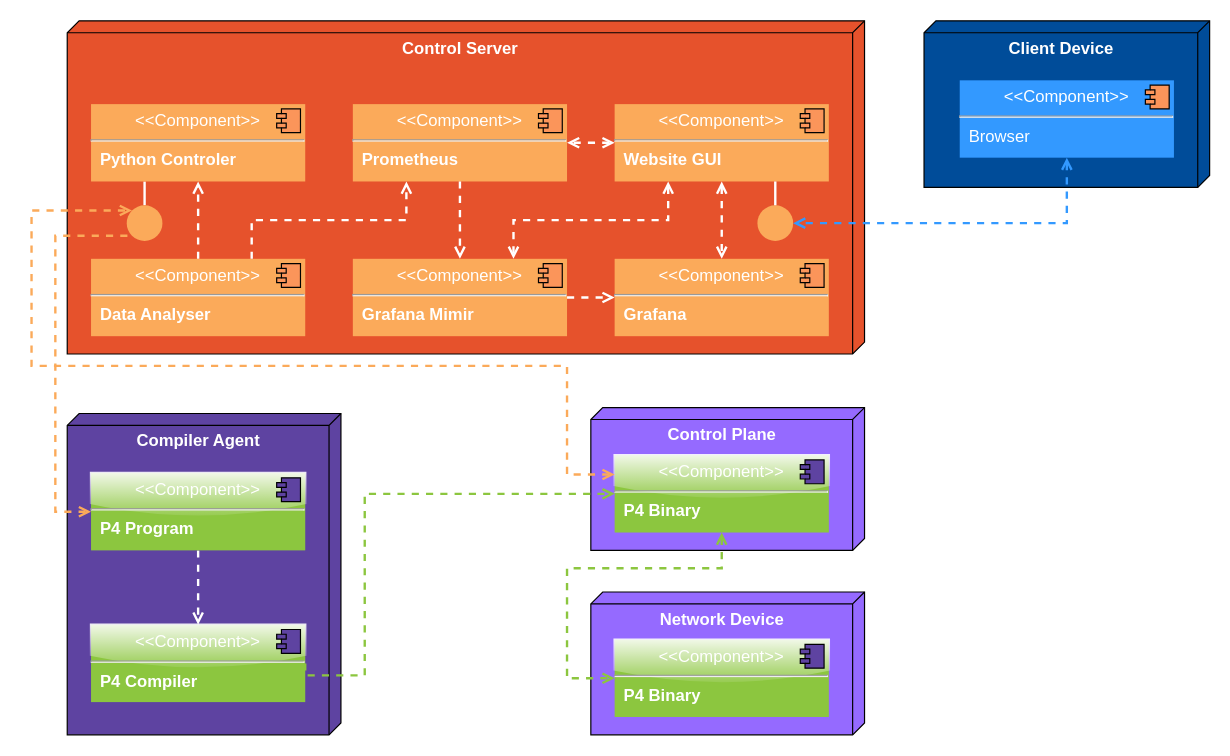
detiuaveiro/PECI-05-2022-23 keeps this draw.io diagram as page "Deployment Diagram" (1 of 3) of documentation/diagrams/diagram-models.drawio. Above is the earlier version. Source tidied: cells renumbered, new cells numbered last; positions are measured from the earlier drawing's top-left corner, leaving out a move shared by most shapes. Both pictures are drawn from the tidied source at 119%, with x=0, y=0 at pixel (31, 20).
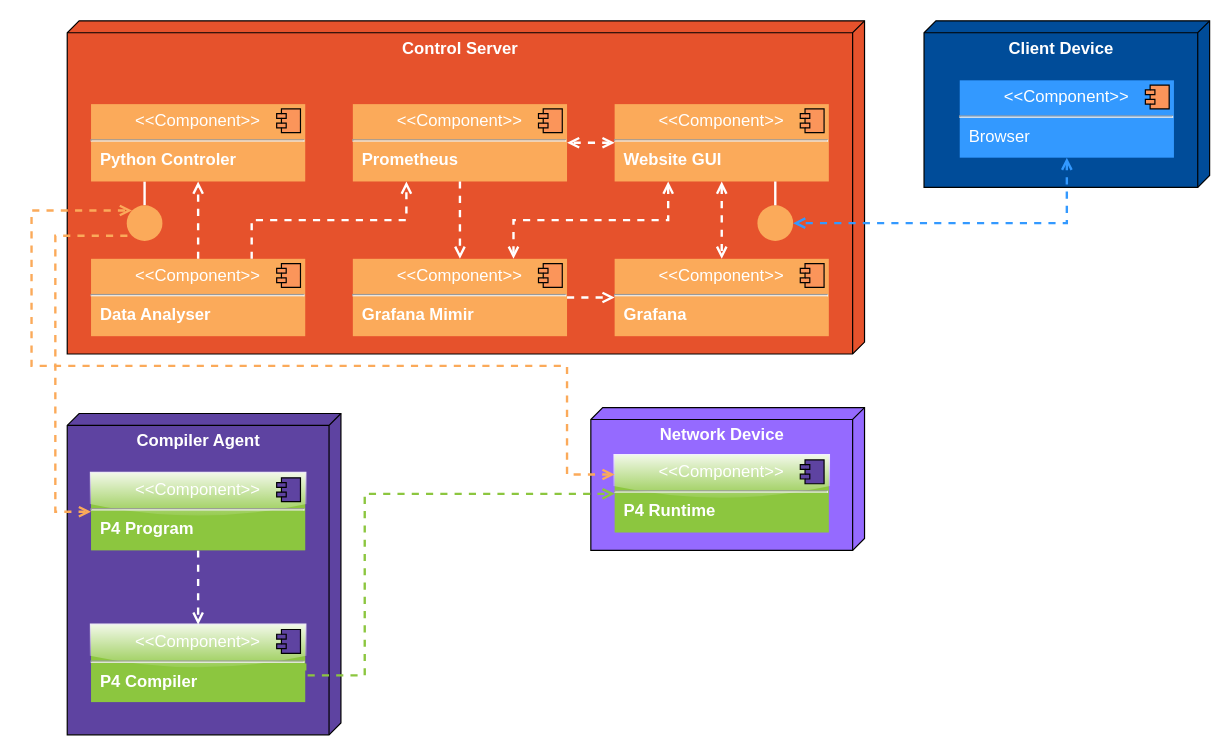
Above is the later version.

What changed in the source:
```diff
@@
-    <mxCell id="37" value="&lt;font color=&quot;#ffffff&quot; style=&quot;font-size: 14px;&quot;&gt;&lt;b&gt;Network Device&lt;/b&gt;&lt;/font&gt;" style="verticalAlign=top;align=center;spacingTop=8;spacingLeft=2;spacingRight=12;shape=cube;size=10;direction=south;fontStyle=0;html=1;fillColor=#956AFF;" parent="1" vertex="1">
-      <mxGeometry x="470" y="480" width="230" height="120" as="geometry" />
-    </mxCell>
-    <mxCell id="38" value="&lt;p style=&quot;margin:0px;margin-top:6px;text-align:center;&quot;&gt;&amp;lt;&amp;lt;Component&amp;gt;&amp;gt;&lt;br&gt;&lt;/p&gt;&lt;hr&gt;&lt;p style=&quot;margin:0px;margin-left:8px;&quot;&gt;&lt;b&gt;P4 Binary&lt;/b&gt;&lt;/p&gt;" style="align=left;overflow=fill;html=1;fontSize=14;fontColor=#FFFFFF;fillColor=#8CC63F;strokeColor=none;glass=1;" parent="1" vertex="1">
-      <mxGeometry x="490" y="520" width="180" height="65" as="geometry" />
-    </mxCell>
-    <mxCell id="39" style="shape=component;jettyWidth=8;jettyHeight=4;fontSize=14;fontColor=#FFFFFF;fillColor=#5E43A1;" parent="38" vertex="1">
-      <mxGeometry x="1" width="20" height="20" relative="1" as="geometry">
-        <mxPoint x="-24" y="4" as="offset" />
-      </mxGeometry>
-    </mxCell>
-    <mxCell id="40" value="&lt;font color=&quot;#ffffff&quot; style=&quot;font-size: 14px;&quot;&gt;&lt;b&gt;Control Plane&lt;/b&gt;&lt;/font&gt;" style="verticalAlign=top;align=center;spacingTop=8;spacingLeft=2;spacingRight=12;shape=cube;size=10;direction=south;fontStyle=0;html=1;fillColor=#956AFF;" parent="1" vertex="1">
+    <mxCell id="40" value="&lt;font color=&quot;#ffffff&quot; style=&quot;font-size: 14px;&quot;&gt;&lt;b&gt;Network Device&lt;/b&gt;&lt;/font&gt;" style="verticalAlign=top;align=center;spacingTop=8;spacingLeft=2;spacingRight=12;shape=cube;size=10;direction=south;fontStyle=0;html=1;fillColor=#956AFF;" parent="1" vertex="1">
       <mxGeometry x="470" y="325" width="230" height="120" as="geometry" />
     </mxCell>
-    <mxCell id="41" style="edgeStyle=orthogonalEdgeStyle;rounded=0;jettySize=auto;html=1;exitX=0.5;exitY=1;exitDx=0;exitDy=0;dashed=1;startArrow=open;startFill=0;endArrow=open;endFill=0;strokeColor=#8CC63F;strokeWidth=2;entryX=0;entryY=0.5;entryDx=0;entryDy=0;" parent="1" edge="1" source="42" target="38">
-      <mxGeometry relative="1" as="geometry">
-        <Array as="points">
-          <mxPoint x="580" y="460" />
-          <mxPoint x="450" y="460" />
-          <mxPoint x="450" y="553" />
-        </Array>
-      </mxGeometry>
-    </mxCell>
-    <mxCell id="42" value="&lt;p style=&quot;margin:0px;margin-top:6px;text-align:center;&quot;&gt;&amp;lt;&amp;lt;Component&amp;gt;&amp;gt;&lt;br&gt;&lt;/p&gt;&lt;hr&gt;&lt;p style=&quot;margin:0px;margin-left:8px;&quot;&gt;&lt;b&gt;P4 Binary&lt;/b&gt;&lt;/p&gt;" style="align=left;overflow=fill;html=1;fontSize=14;fontColor=#FFFFFF;fillColor=#8CC63F;strokeColor=none;glass=1;" parent="1" vertex="1">
+    <mxCell id="42" value="&lt;p style=&quot;margin:0px;margin-top:6px;text-align:center;&quot;&gt;&amp;lt;&amp;lt;Component&amp;gt;&amp;gt;&lt;br&gt;&lt;/p&gt;&lt;hr&gt;&lt;p style=&quot;margin:0px;margin-left:8px;&quot;&gt;&lt;b&gt;P4 Runtime&lt;/b&gt;&lt;/p&gt;" style="align=left;overflow=fill;html=1;fontSize=14;fontColor=#FFFFFF;fillColor=#8CC63F;strokeColor=none;glass=1;" parent="1" vertex="1">
       <mxGeometry x="490" y="365" width="180" height="65" as="geometry" />
     </mxCell>
```
